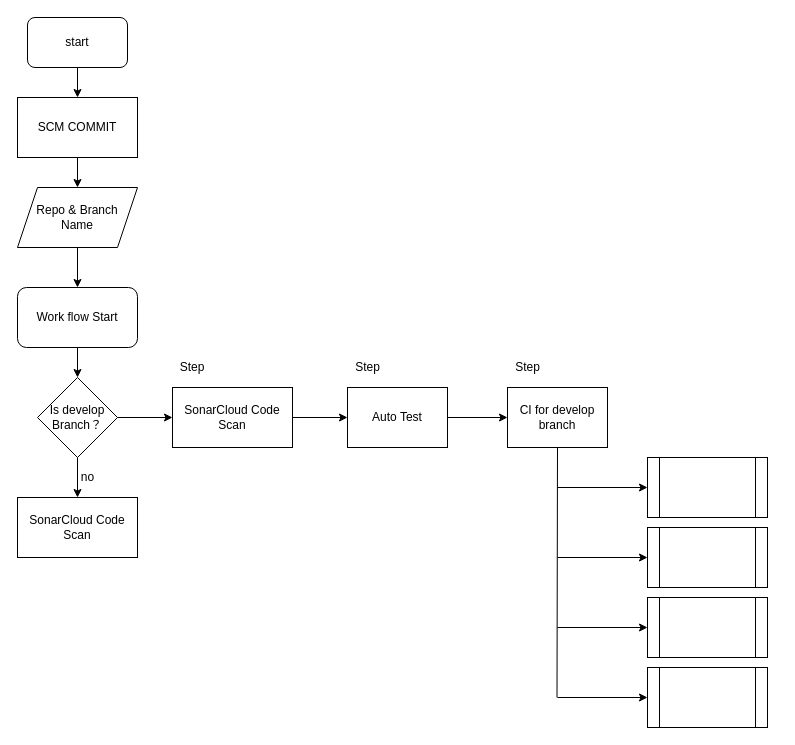
tinson28/devops-web keeps this draw.io diagram as Untitled Diagram.drawio. Above is the earlier version. Source tidied: cells renumbered, new cells numbered last; positions are measured from the earlier drawing's top-left corner, leaving out a move shared by most shapes. Both pictures are drawn from the tidied source at 100%, with x=0, y=0 at pixel (17, 17).
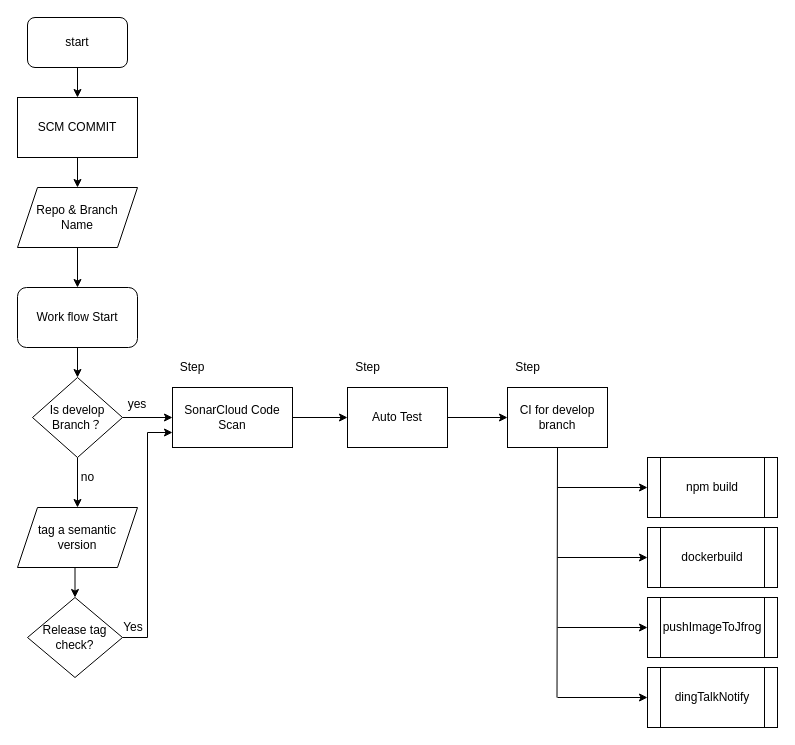
After the change.

The change refers to these unchanged cells:
```xml
<mxCell id="11" value="&lt;span&gt;SonarCloud Code Scan&lt;/span&gt;" style="rounded=0;whiteSpace=wrap;html=1;" parent="1" vertex="1">
  <mxGeometry x="155" y="370" width="120" height="60" as="geometry" />
</mxCell>
```

What changed in the source:
```diff
@@
-    <mxCell id="13" style="edgeStyle=orthogonalEdgeStyle;rounded=0;jettySize=auto;html=1;" parent="1" edge="1" source="15" target="16">
+    <mxCell id="13" style="edgeStyle=orthogonalEdgeStyle;rounded=0;jettySize=auto;html=1;entryX=0.5;entryY=0;entryDx=0;entryDy=0;" parent="1" edge="1" source="15" target="34">
       <mxGeometry relative="1" as="geometry" />
     </mxCell>
@@
     <mxCell id="15" value="Is develop Branch？" style="rhombus;whiteSpace=wrap;html=1;" parent="1" vertex="1">
-      <mxGeometry x="20" y="360" width="80" height="80" as="geometry" />
+      <mxGeometry x="15" y="360" width="90" height="80" as="geometry" />
     </mxCell>
-    <mxCell id="16" value="&lt;span&gt;SonarCloud Code Scan&lt;/span&gt;" style="whiteSpace=wrap;html=1;" parent="1" vertex="1">
-      <mxGeometry y="480" width="120" height="60" as="geometry" />
-    </mxCell>
@@
-    <mxCell id="27" style="shape=process;whiteSpace=wrap;html=1;backgroundOutline=1;" parent="1" vertex="1">
-      <mxGeometry x="630" y="440" width="120" height="60" as="geometry" />
+    <mxCell id="27" value="npm build" style="shape=process;whiteSpace=wrap;html=1;backgroundOutline=1;" parent="1" vertex="1">
+      <mxGeometry x="630" y="440" width="130" height="60" as="geometry" />
     </mxCell>
-    <mxCell id="28" style="shape=process;whiteSpace=wrap;html=1;backgroundOutline=1;" parent="1" vertex="1">
-      <mxGeometry x="630" y="510" width="120" height="60" as="geometry" />
+    <mxCell id="28" value="dockerbuild" style="shape=process;whiteSpace=wrap;html=1;backgroundOutline=1;" parent="1" vertex="1">
+      <mxGeometry x="630" y="510" width="130" height="60" as="geometry" />
     </mxCell>
-    <mxCell id="29" style="shape=process;whiteSpace=wrap;html=1;backgroundOutline=1;" parent="1" vertex="1">
-      <mxGeometry x="630" y="580" width="120" height="60" as="geometry" />
+    <mxCell id="29" value="pushImageToJfrog" style="shape=process;whiteSpace=wrap;html=1;backgroundOutline=1;" parent="1" vertex="1">
+      <mxGeometry x="630" y="580" width="130" height="60" as="geometry" />
     </mxCell>
@@
-    <mxCell id="31" style="shape=process;whiteSpace=wrap;html=1;backgroundOutline=1;" parent="1" vertex="1">
-      <mxGeometry x="630" y="650" width="120" height="60" as="geometry" />
+    <mxCell id="31" value="dingTalkNotify" style="shape=process;whiteSpace=wrap;html=1;backgroundOutline=1;" parent="1" vertex="1">
+      <mxGeometry x="630" y="650" width="130" height="60" as="geometry" />
     </mxCell>
+    <mxCell id="32" value="yes" style="text;html=1;strokeColor=none;fillColor=none;align=center;verticalAlign=middle;whiteSpace=wrap;rounded=0;" parent="1" vertex="1">
+      <mxGeometry x="100" y="377" width="40" height="20" as="geometry" />
+    </mxCell>
+    <mxCell id="33" style="edgeStyle=orthogonalEdgeStyle;rounded=0;jettySize=auto;html=1;exitX=0.5;exitY=1;exitDx=0;exitDy=0;entryX=0.5;entryY=0;entryDx=0;entryDy=0;" parent="1" edge="1" source="34" target="36">
+      <mxGeometry relative="1" as="geometry" />
+    </mxCell>
+    <mxCell id="34" value="tag a semantic version" style="shape=parallelogram;perimeter=parallelogramPerimeter;whiteSpace=wrap;html=1;fixedSize=1;" parent="1" vertex="1">
+      <mxGeometry y="490" width="120" height="60" as="geometry" />
+    </mxCell>
+    <mxCell id="35" style="edgeStyle=orthogonalEdgeStyle;rounded=0;jettySize=auto;html=1;entryX=0;entryY=0.75;entryDx=0;entryDy=0;" parent="1" edge="1" source="36" target="11">
+      <mxGeometry relative="1" as="geometry" />
+    </mxCell>
+    <mxCell id="36" value="Release tag check?" style="rhombus;whiteSpace=wrap;html=1;" parent="1" vertex="1">
+      <mxGeometry x="10" y="580" width="95" height="80" as="geometry" />
+    </mxCell>
+    <mxCell id="37" value="Yes" style="text;html=1;strokeColor=none;fillColor=none;align=center;verticalAlign=middle;whiteSpace=wrap;rounded=0;" parent="1" vertex="1">
+      <mxGeometry x="96" y="600" width="40" height="20" as="geometry" />
+    </mxCell>
```
